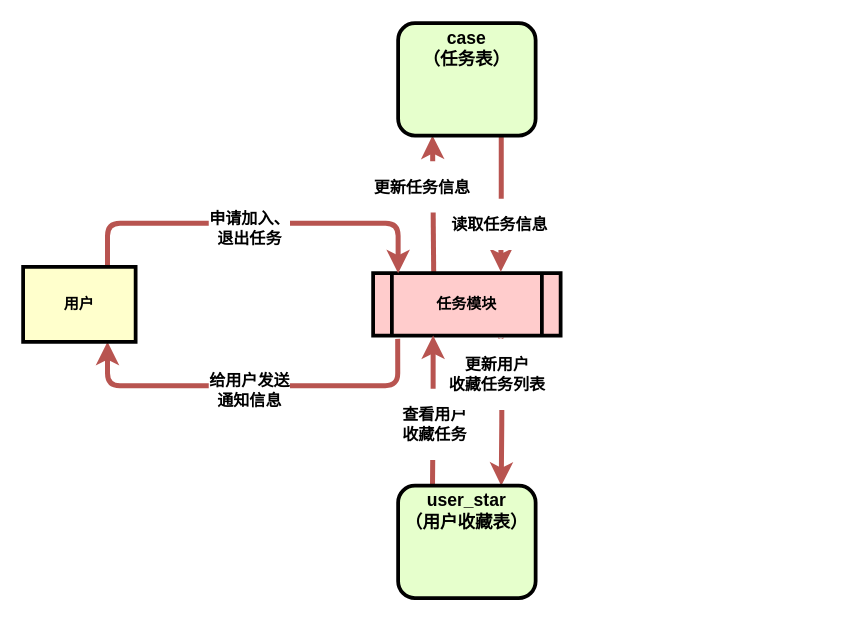
Above: 未命名绘图.drawio in ahy231/temp_web (draw.io), before the change. Source tidied: cells renumbered, new cells numbered last; positions are measured from the earlier drawing's top-left corner, leaving out a move shared by most shapes. Both pictures are drawn from the tidied source at 125%, with x=0, y=0 at pixel (22, 22).
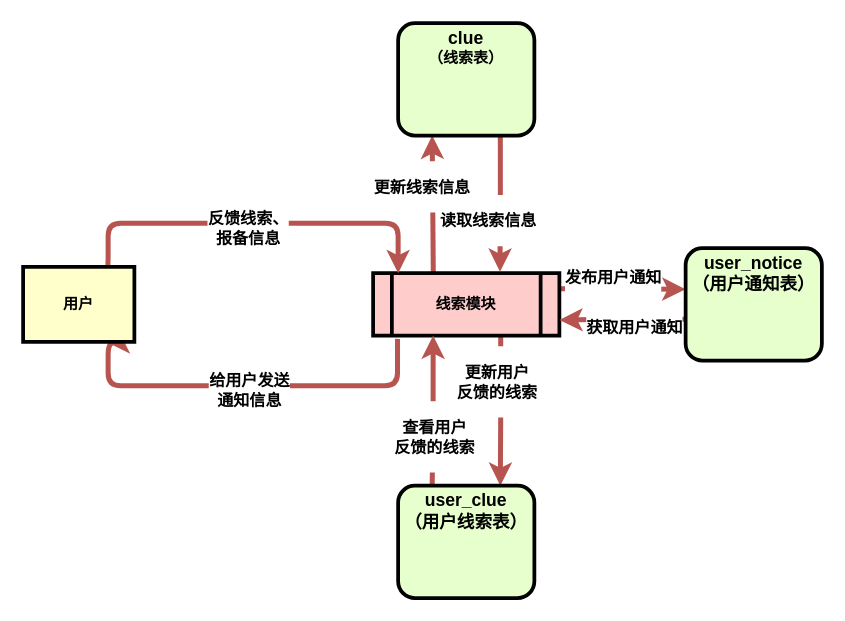
The same diagram, later.

The change refers to these unchanged cells:
```xml
<mxCell id="6" style="edgeStyle=orthogonalEdgeStyle;rounded=1;jettySize=auto;html=1;exitX=0.75;exitY=0;exitDx=0;exitDy=0;fillColor=#f8cecc;strokeColor=#b85450;strokeWidth=4;" parent="1" edge="1" source="8" target="5">
  <mxGeometry relative="1" as="geometry">
    <Array as="points">
      <mxPoint x="68" y="160" />
      <mxPoint x="300" y="160" />
    </Array>
  </mxGeometry>
</mxCell>
```

Change to the diagram source:
```diff
@@
-    <mxCell id="4" style="edgeStyle=orthogonalEdgeStyle;rounded=1;jettySize=auto;html=1;exitX=0.681;exitY=1.022;exitDx=0;exitDy=0;entryX=0.75;entryY=0;entryDx=0;entryDy=0;endArrow=classic;endFill=1;strokeWidth=4;exitPerimeter=0;fillColor=#f8cecc;strokeColor=#b85450;" parent="1" edge="1" source="5" target="15">
-      <mxGeometry relative="1" as="geometry">
-        <Array as="points">
-          <mxPoint x="382" y="250" />
-          <mxPoint x="383" y="250" />
-          <mxPoint x="383" y="310" />
-          <mxPoint x="383" y="310" />
-        </Array>
-      </mxGeometry>
+    <mxCell id="4" style="edgeStyle=orthogonalEdgeStyle;rounded=1;jettySize=auto;html=1;exitX=0.685;exitY=1;exitDx=0;exitDy=0;entryX=0.75;entryY=0;entryDx=0;entryDy=0;endArrow=classic;endFill=1;strokeWidth=4;exitPerimeter=0;fillColor=#f8cecc;strokeColor=#b85450;" parent="1" edge="1" source="5" target="15">
+      <mxGeometry relative="1" as="geometry" />
     </mxCell>
+    <mxCell id="18" style="edgeStyle=orthogonalEdgeStyle;rounded=1;jettySize=auto;html=1;exitX=1;exitY=0.25;exitDx=0;exitDy=0;entryX=-0.001;entryY=0.366;entryDx=0;entryDy=0;endArrow=classic;endFill=1;strokeWidth=4;entryPerimeter=0;fillColor=#f8cecc;strokeColor=#b85450;" parent="1" edge="1" source="5" target="20">
+      <mxGeometry relative="1" as="geometry" />
+    </mxCell>
-    <mxCell id="5" value="任务模块" style="shape=process;whiteSpace=wrap;align=center;verticalAlign=middle;size=0.1;fontStyle=1;strokeWidth=3;fillColor=#FFCCCC;" parent="1" vertex="1">
-      <mxGeometry x="280" y="200" width="150" height="50" as="geometry" />
+    <mxCell id="5" value="线索模块" style="shape=process;whiteSpace=wrap;align=center;verticalAlign=middle;size=0.1;fontStyle=1;strokeWidth=3;fillColor=#FFCCCC;" parent="1" vertex="1">
+      <mxGeometry x="280" y="200" width="149" height="50" as="geometry" />
     </mxCell>
@@
-    <mxCell id="7" value="&lt;h3&gt;申请加入、&lt;br&gt;退出任务&lt;/h3&gt;" style="edgeLabel;html=1;align=center;verticalAlign=middle;" parent="6" vertex="1">
+    <mxCell id="7" value="&lt;h3&gt;反馈线索、&lt;br&gt;报备信息&lt;/h3&gt;" style="edgeLabel;html=1;align=center;verticalAlign=middle;" parent="6" vertex="1">
       <mxGeometry x="-0.15" y="-3" relative="1" as="geometry">
         <mxPoint x="17" as="offset" />
       </mxGeometry>
     </mxCell>
     <mxCell id="8" value="用户" style="whiteSpace=wrap;align=center;verticalAlign=middle;fontStyle=1;strokeWidth=3;fillColor=#FFFFCC;" parent="1" vertex="1">
-      <mxGeometry y="195" width="90" height="60" as="geometry" />
+      <mxGeometry y="195" width="89" height="60" as="geometry" />
     </mxCell>
@@
-    <mxCell id="11" value="&lt;h3 style=&quot;margin: 4px 0px 0px ; text-align: center&quot;&gt;case&lt;br&gt;（任务表）&lt;/h3&gt;" style="verticalAlign=middle;align=center;overflow=fill;fontSize=12;fontFamily=Helvetica;html=1;rounded=1;fontStyle=1;strokeWidth=3;fillColor=#E6FFCC;" parent="1" vertex="1">
-      <mxGeometry x="300" width="110" height="90" as="geometry" />
+    <mxCell id="11" value="&lt;h3 style=&quot;margin: 4px 0px 0px ; text-align: center&quot;&gt;clue&lt;/h3&gt;&lt;div&gt;（线索表）&lt;/div&gt;" style="verticalAlign=middle;align=center;overflow=fill;fontSize=12;fontFamily=Helvetica;html=1;rounded=1;fontStyle=1;strokeWidth=3;fillColor=#E6FFCC;" parent="1" vertex="1">
+      <mxGeometry x="300" width="109" height="90" as="geometry" />
     </mxCell>
-    <mxCell id="12" value="&lt;h3&gt;更新任务信息&lt;/h3&gt;" style="edgeLabel;html=1;align=center;verticalAlign=middle;" parent="1" vertex="1">
+    <mxCell id="12" value="&lt;h3&gt;更新线索信息&lt;/h3&gt;" style="edgeLabel;html=1;align=center;verticalAlign=middle;" parent="1" vertex="1">
       <mxGeometry x="330" y="140" as="geometry">
         <mxPoint x="-12" y="-10" as="offset" />
       </mxGeometry>
     </mxCell>
-    <mxCell id="13" value="&lt;h3&gt;读取任务信息&lt;/h3&gt;" style="edgeLabel;html=1;align=center;verticalAlign=middle;" parent="1" vertex="1">
-      <mxGeometry x="380" y="160" as="geometry" />
+    <mxCell id="13" value="&lt;h3&gt;读取线索信息&lt;/h3&gt;" style="edgeLabel;html=1;align=center;verticalAlign=middle;" parent="1" vertex="1">
+      <mxGeometry x="380" y="180" as="geometry">
+        <mxPoint x="-9" y="-23" as="offset" />
+      </mxGeometry>
     </mxCell>
@@
-    <mxCell id="15" value="&lt;h3 style=&quot;margin: 4px 0px 0px ; text-align: center&quot;&gt;user_star&lt;br&gt;（用户收藏表）&lt;/h3&gt;" style="verticalAlign=middle;align=center;overflow=fill;fontSize=12;fontFamily=Helvetica;html=1;rounded=1;fontStyle=1;strokeWidth=3;fillColor=#E6FFCC;" parent="1" vertex="1">
-      <mxGeometry x="300" y="370" width="110" height="90" as="geometry" />
+    <mxCell id="15" value="&lt;h3 style=&quot;margin: 4px 0px 0px ; text-align: center&quot;&gt;user_clue&lt;br&gt;（用户线索表）&lt;/h3&gt;" style="verticalAlign=middle;align=center;overflow=fill;fontSize=12;fontFamily=Helvetica;html=1;rounded=1;fontStyle=1;strokeWidth=3;fillColor=#E6FFCC;" parent="1" vertex="1">
+      <mxGeometry x="300" y="370" width="109" height="90" as="geometry" />
     </mxCell>
-    <mxCell id="16" value="&lt;h3&gt;查看用户&lt;br&gt;收藏任务&lt;/h3&gt;" style="edgeLabel;html=1;align=center;verticalAlign=middle;" parent="1" vertex="1">
-      <mxGeometry x="340" y="330" as="geometry">
+    <mxCell id="16" value="&lt;h3&gt;查看用户&lt;br&gt;反馈的线索&lt;/h3&gt;" style="edgeLabel;html=1;align=center;verticalAlign=middle;" parent="1" vertex="1">
+      <mxGeometry x="340" y="340" as="geometry">
         <mxPoint x="-12" y="-10" as="offset" />
       </mxGeometry>
     </mxCell>
-    <mxCell id="17" value="&lt;h3&gt;更新用户&lt;br&gt;收藏任务列表&lt;/h3&gt;" style="edgeLabel;html=1;align=center;verticalAlign=middle;" parent="1" vertex="1">
-      <mxGeometry x="390" y="290" as="geometry">
+    <mxCell id="17" value="&lt;h3&gt;更新用户&lt;br&gt;反馈的线索&lt;/h3&gt;" style="edgeLabel;html=1;align=center;verticalAlign=middle;" parent="1" vertex="1">
+      <mxGeometry x="390" y="296" as="geometry">
         <mxPoint x="-12" y="-10" as="offset" />
       </mxGeometry>
     </mxCell>
+    <mxCell id="19" style="edgeStyle=orthogonalEdgeStyle;rounded=1;jettySize=auto;html=1;exitX=-0.006;exitY=0.633;exitDx=0;exitDy=0;entryX=1;entryY=0.75;entryDx=0;entryDy=0;endArrow=classic;endFill=1;strokeWidth=4;exitPerimeter=0;fillColor=#f8cecc;strokeColor=#b85450;" parent="1" edge="1" source="20" target="5">
+      <mxGeometry relative="1" as="geometry" />
+    </mxCell>
+    <mxCell id="20" value="&lt;h3 style=&quot;margin: 4px 0px 0px ; text-align: center&quot;&gt;user_notice&lt;br&gt;（用户通知表）&lt;/h3&gt;" style="verticalAlign=middle;align=center;overflow=fill;fontSize=12;fontFamily=Helvetica;html=1;rounded=1;fontStyle=1;strokeWidth=3;fillColor=#E6FFCC;" parent="1" vertex="1">
+      <mxGeometry x="530" y="180" width="109" height="90" as="geometry" />
+    </mxCell>
+    <mxCell id="21" value="&lt;h3&gt;发布用户通知&lt;/h3&gt;" style="edgeLabel;html=1;align=center;verticalAlign=middle;" parent="1" vertex="1">
+      <mxGeometry x="480" y="225" as="geometry">
+        <mxPoint x="-9" y="-23" as="offset" />
+      </mxGeometry>
+    </mxCell>
+    <mxCell id="22" value="&lt;h3&gt;获取用户通知&lt;/h3&gt;" style="edgeLabel;html=1;align=center;verticalAlign=middle;" parent="1" vertex="1">
+      <mxGeometry x="497" y="265" as="geometry">
+        <mxPoint x="-9" y="-23" as="offset" />
+      </mxGeometry>
+    </mxCell>
```
